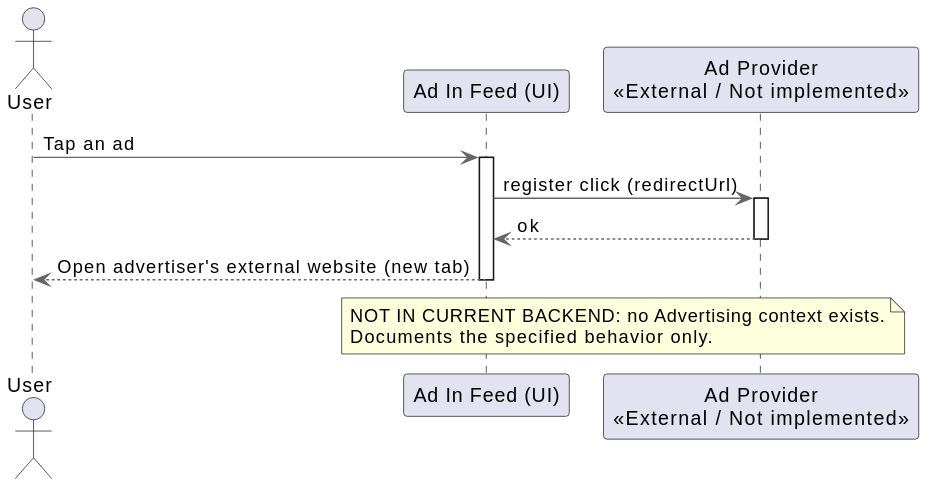
Above: docs/assets/Sequence diagrams/41-50/Clickable Ads sequence diagram.svg in 0Risotto/JULink (PlantUML), before the change. Its diagram source:
```plantuml
@startuml
skinparam responseMessageBelowArrow true
show footbox
skinparam linetype ortho
skinparam ArrowColor #666666
skinparam shadowing false

actor User as user
participant "Ad In Feed (UI)" as ui
participant "Ad Provider\n<<External / Not implemented>>" as ads

user -> ui: Tap an ad
activate ui
ui -> ads: register click (redirectUrl)
activate ads
ads --> ui: ok
deactivate ads
ui --> user: Open advertiser's external website (new tab)
deactivate ui
note over ui, ads
  NOT IN CURRENT BACKEND: no Advertising context exists.
  Documents the specified behavior only.
end note
@enduml
```
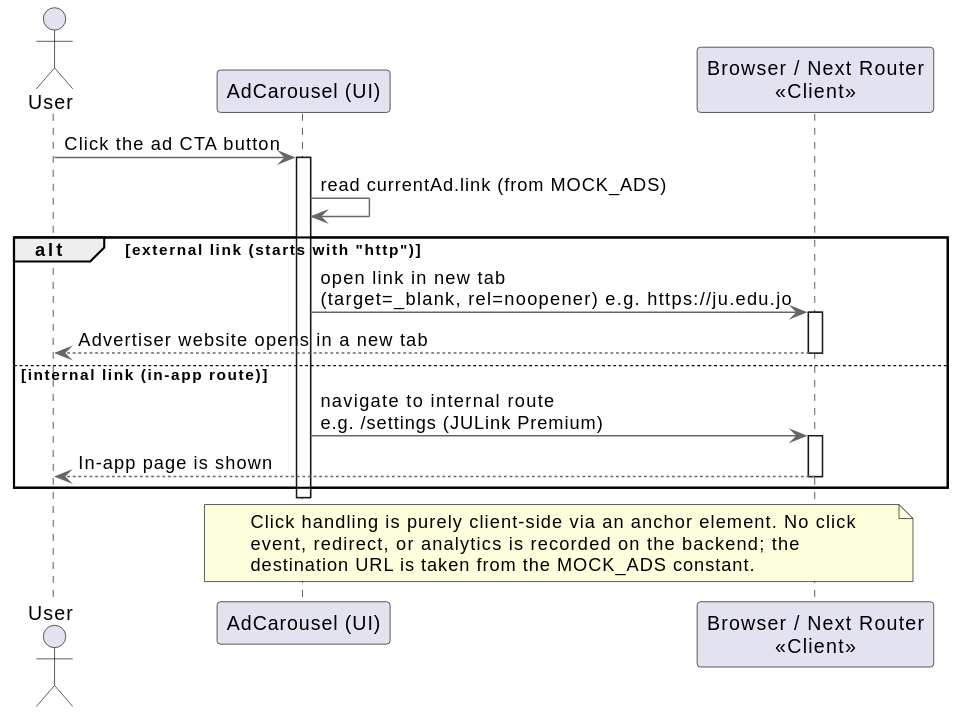
After the change.

Diff of the diagram source:
```diff
@@ -6,19 +6,27 @@
 skinparam shadowing false
 
 actor User as user
-participant "Ad In Feed (UI)" as ui
-participant "Ad Provider\n<<External / Not implemented>>" as ads
+participant "AdCarousel (UI)" as ad
+participant "Browser / Next Router\n<<Client>>" as nav
 
-user -> ui: Tap an ad
-activate ui
-ui -> ads: register click (redirectUrl)
-activate ads
-ads --> ui: ok
-deactivate ads
-ui --> user: Open advertiser's external website (new tab)
-deactivate ui
-note over ui, ads
-  NOT IN CURRENT BACKEND: no Advertising context exists.
-  Documents the specified behavior only.
+user -> ad: Click the ad CTA button
+activate ad
+ad -> ad: read currentAd.link (from MOCK_ADS)
+alt external link (starts with "http")
+  ad -> nav: open link in new tab\n(target=_blank, rel=noopener) e.g. https://ju.edu.jo
+  activate nav
+  nav --> user: Advertiser website opens in a new tab
+  deactivate nav
+else internal link (in-app route)
+  ad -> nav: navigate to internal route\ne.g. /settings (JULink Premium)
+  activate nav
+  nav --> user: In-app page is shown
+  deactivate nav
+end
+deactivate ad
+note over ad, nav
+  Click handling is purely client-side via an anchor element. No click
+  event, redirect, or analytics is recorded on the backend; the
+  destination URL is taken from the MOCK_ADS constant.
 end note
 @enduml
```
